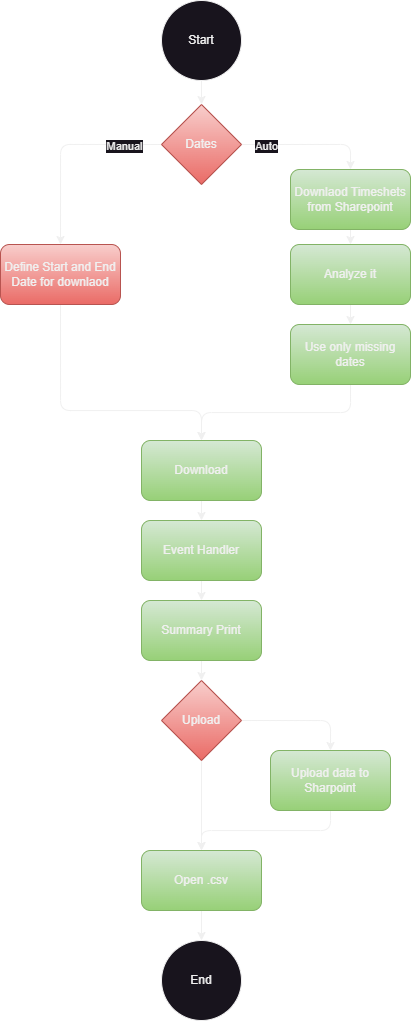
JanVasko1/KM-Calendar_Reading keeps this draw.io diagram as images/Process.png. Above is the earlier version. Source tidied: cells renumbered, new cells last; positions are measured from the earlier drawing's top-left corner, leaving out a move shared by most shapes.
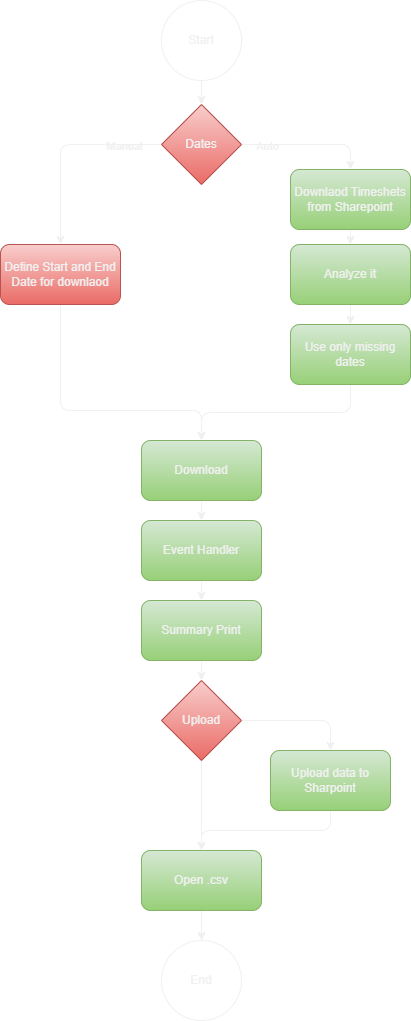
Above is the later version.

The edit, as a diff of the source:
```diff
@@ -5,13 +5,13 @@
     <mxCell id="2" style="edgeStyle=orthogonalEdgeStyle;rounded=1;jettySize=auto;html=1;exitX=1;exitY=0.5;exitDx=0;exitDy=0;entryX=0.5;entryY=0;entryDx=0;entryDy=0;curved=0;" parent="1" edge="1" source="6" target="10">
       <mxGeometry relative="1" as="geometry" />
     </mxCell>
-    <mxCell id="3" value="Auto" style="edgeLabel;html=1;align=center;verticalAlign=middle;" parent="2" vertex="1">
+    <mxCell id="3" value="Auto" style="edgeLabel;html=1;align=center;verticalAlign=middle;labelBackgroundColor=none;" parent="2" vertex="1">
       <mxGeometry x="-0.62" y="-1" relative="1" as="geometry" />
     </mxCell>
     <mxCell id="4" style="edgeStyle=orthogonalEdgeStyle;rounded=1;jettySize=auto;html=1;exitX=0;exitY=0.5;exitDx=0;exitDy=0;entryX=0.5;entryY=0;entryDx=0;entryDy=0;curved=0;" parent="1" edge="1" source="6" target="16">
       <mxGeometry relative="1" as="geometry" />
     </mxCell>
-    <mxCell id="5" value="Manual" style="edgeLabel;html=1;align=center;verticalAlign=middle;" parent="4" vertex="1">
+    <mxCell id="5" value="Manual" style="edgeLabel;html=1;align=center;verticalAlign=middle;labelBackgroundColor=none;" parent="4" vertex="1">
       <mxGeometry x="-0.62" y="1" relative="1" as="geometry" />
     </mxCell>
     <mxCell id="6" value="Dates" style="rhombus;whiteSpace=wrap;html=1;fillColor=#f8cecc;strokeColor=#b85450;gradientColor=#ea6b66;" parent="1" vertex="1">
@@ -20,7 +20,7 @@
     <mxCell id="7" style="edgeStyle=orthogonalEdgeStyle;rounded=0;jettySize=auto;html=1;exitX=0.5;exitY=1;exitDx=0;exitDy=0;entryX=0.5;entryY=0;entryDx=0;entryDy=0;" parent="1" edge="1" source="8" target="6">
       <mxGeometry relative="1" as="geometry" />
     </mxCell>
-    <mxCell id="8" value="Start" style="ellipse;whiteSpace=wrap;html=1;" parent="1" vertex="1">
+    <mxCell id="8" value="Start" style="ellipse;whiteSpace=wrap;html=1;fillColor=none;" parent="1" vertex="1">
       <mxGeometry x="161" width="80" height="80" as="geometry" />
     </mxCell>
     <mxCell id="9" style="edgeStyle=orthogonalEdgeStyle;rounded=1;jettySize=auto;html=1;exitX=0.5;exitY=1;exitDx=0;exitDy=0;entryX=0.5;entryY=0;entryDx=0;entryDy=0;curved=0;" parent="1" edge="1" source="10" target="12">
@@ -91,7 +91,7 @@
     <mxCell id="29" value="Open .csv" style="rounded=1;whiteSpace=wrap;html=1;fillColor=#d5e8d4;gradientColor=#97d077;strokeColor=#82b366;" parent="1" vertex="1">
       <mxGeometry x="141" y="850" width="120" height="60" as="geometry" />
     </mxCell>
-    <mxCell id="30" value="End" style="ellipse;whiteSpace=wrap;html=1;" parent="1" vertex="1">
+    <mxCell id="30" value="End" style="ellipse;whiteSpace=wrap;html=1;fillColor=none;" parent="1" vertex="1">
       <mxGeometry x="161" y="940" width="80" height="80" as="geometry" />
     </mxCell>
   </root>
```
